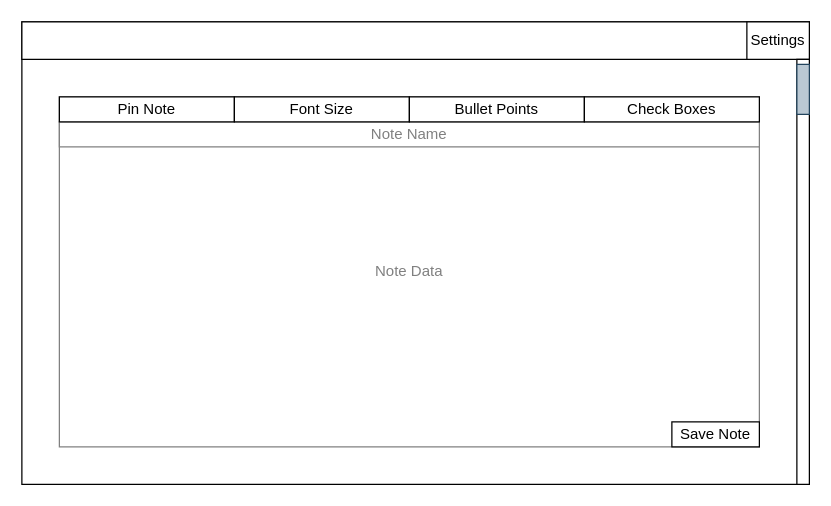
This is UML/COMP1004-notePageWireframe.drawio from hedwignu/HeidiGinnaw-COMP1004, a draw.io file, before an edit. Source tidied: cells renumbered, new cells numbered last; positions are measured from the earlier drawing's top-left corner, leaving out a move shared by most shapes. Both pictures are drawn from the tidied source at 125%, with x=0, y=0 at pixel (21, 21).
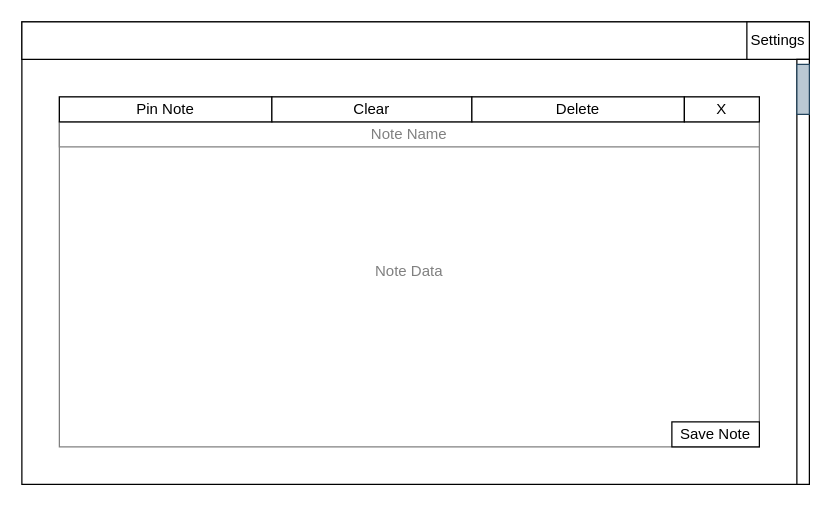
The same diagram, later.

Commit message (it also covers changes not shown here):
fixed sign up page issues

Change to the diagram source:
```diff
@@
 <mxGraphModel>
   <root>
     <mxCell id="0" />
     <mxCell id="1" parent="0" />
     <mxCell id="2" style="rounded=0;whiteSpace=wrap;html=1;" parent="1" vertex="1">
       <mxGeometry width="630" height="370" as="geometry" />
     </mxCell>
     <mxCell id="3" style="rounded=0;whiteSpace=wrap;html=1;" parent="1" vertex="1">
       <mxGeometry width="630" height="30" as="geometry" />
     </mxCell>
     <mxCell id="4" value="Settings" style="rounded=0;whiteSpace=wrap;html=1;" parent="1" vertex="1">
       <mxGeometry x="580" width="50" height="30" as="geometry" />
     </mxCell>
     <mxCell id="5" value="Note Data" style="rounded=0;whiteSpace=wrap;html=1;fontColor=light-dark(#808080, #ededed);strokeColor=light-dark(#808080, #ededed);" parent="1" vertex="1">
       <mxGeometry x="30" y="60" width="560" height="280" as="geometry" />
     </mxCell>
     <mxCell id="6" style="rounded=0;whiteSpace=wrap;html=1;" parent="1" vertex="1">
       <mxGeometry x="620" y="30" width="10" height="340" as="geometry" />
     </mxCell>
     <mxCell id="7" style="rounded=0;whiteSpace=wrap;html=1;fillColor=#bac8d3;strokeColor=#23445d;" parent="1" vertex="1">
       <mxGeometry x="620" y="34" width="10" height="40" as="geometry" />
     </mxCell>
     <mxCell id="8" value="&lt;font style=&quot;color: light-dark(rgb(128, 128, 128), rgb(172, 172, 172));&quot;&gt;Note Name&lt;/font&gt;" style="rounded=0;whiteSpace=wrap;html=1;strokeColor=light-dark(#808080, #ededed);" parent="1" vertex="1">
       <mxGeometry x="30" y="80" width="560" height="20" as="geometry" />
     </mxCell>
     <mxCell id="9" value="Pin Note" style="rounded=0;whiteSpace=wrap;html=1;" parent="1" vertex="1">
-      <mxGeometry x="30" y="60" width="140" height="20" as="geometry" />
+      <mxGeometry x="30" y="60" width="170" height="20" as="geometry" />
     </mxCell>
     <mxCell id="10" value="Save Note" style="rounded=0;whiteSpace=wrap;html=1;" parent="1" vertex="1">
       <mxGeometry x="520" y="320" width="70" height="20" as="geometry" />
     </mxCell>
-    <mxCell id="11" value="Font Size" style="rounded=0;whiteSpace=wrap;html=1;" parent="1" vertex="1">
-      <mxGeometry x="170" y="60" width="140" height="20" as="geometry" />
+    <mxCell id="11" value="Clear" style="rounded=0;whiteSpace=wrap;html=1;" parent="1" vertex="1">
+      <mxGeometry x="200" y="60" width="160" height="20" as="geometry" />
     </mxCell>
-    <mxCell id="12" value="Bullet Points" style="rounded=0;whiteSpace=wrap;html=1;" parent="1" vertex="1">
-      <mxGeometry x="310" y="60" width="140" height="20" as="geometry" />
+    <mxCell id="12" value="Delete" style="rounded=0;whiteSpace=wrap;html=1;" parent="1" vertex="1">
+      <mxGeometry x="360" y="60" width="170" height="20" as="geometry" />
     </mxCell>
-    <mxCell id="13" value="Check Boxes" style="rounded=0;whiteSpace=wrap;html=1;" parent="1" vertex="1">
-      <mxGeometry x="450" y="60" width="140" height="20" as="geometry" />
+    <mxCell id="13" value="X" style="rounded=0;whiteSpace=wrap;html=1;" parent="1" vertex="1">
+      <mxGeometry x="530" y="60" width="60" height="20" as="geometry" />
     </mxCell>
   </root>
 </mxGraphModel>
```
